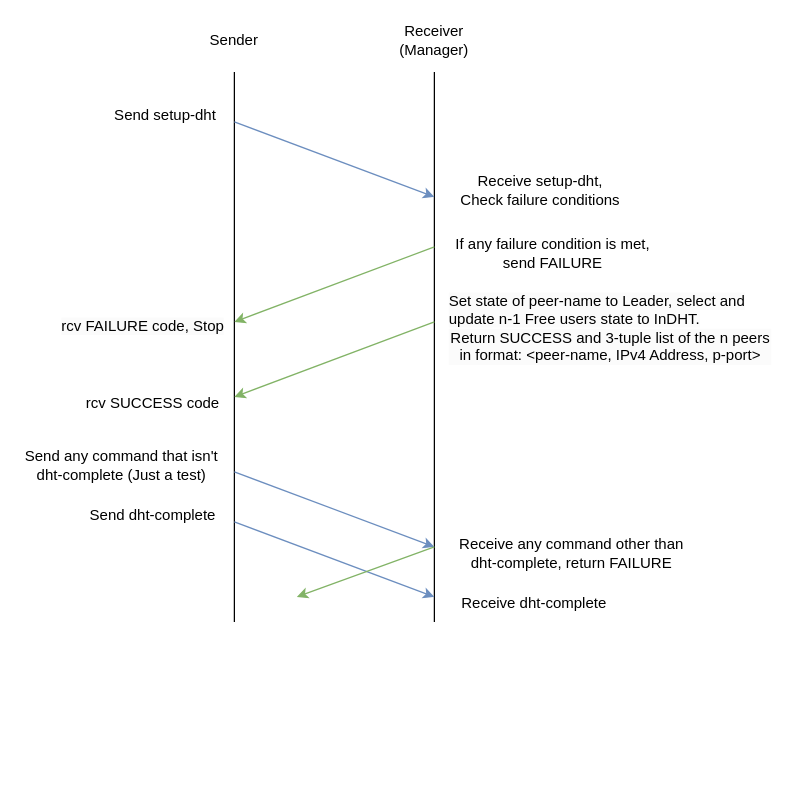
TalonRoberts/cse360_helloworld keeps this draw.io diagram as TS2.drawio. Above is the earlier version. Source tidied: cells renumbered, new cells numbered last; positions are measured from the earlier drawing's top-left corner, leaving out a move shared by most shapes. Both pictures are drawn from the tidied source at 125%, with x=0, y=0 at pixel (21, 21).
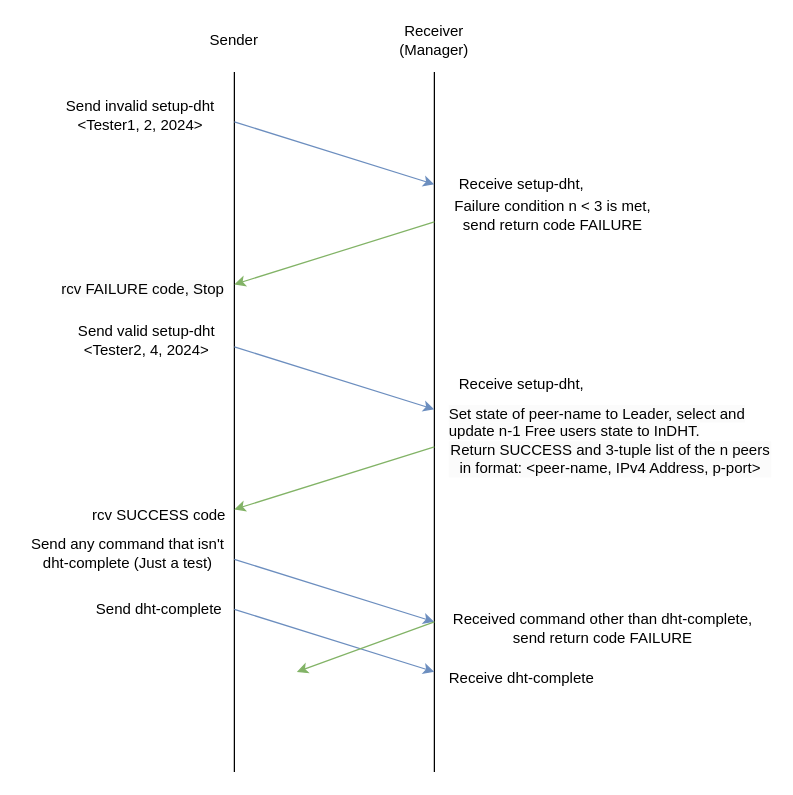
The same page after the edit.

Diff of the diagram source:
```diff
@@
     <mxCell id="2" style="endArrow=none;html=1;rounded=0;" parent="1" edge="1">
       <mxGeometry relative="1" as="geometry">
-        <mxPoint x="170" y="480" as="sourcePoint" />
+        <mxPoint x="170" y="600" as="sourcePoint" />
         <mxPoint x="170" y="40" as="targetPoint" />
       </mxGeometry>
     </mxCell>
     <mxCell id="3" style="endArrow=none;html=1;rounded=0;" parent="1" edge="1">
       <mxGeometry relative="1" as="geometry">
-        <mxPoint x="330" y="480" as="sourcePoint" />
+        <mxPoint x="330" y="600" as="sourcePoint" />
         <mxPoint x="330" y="40" as="targetPoint" />
       </mxGeometry>
     </mxCell>
     <mxCell id="4" style="endArrow=classic;html=1;rounded=0;fillColor=#dae8fc;strokeColor=#6c8ebf;" parent="1" edge="1">
       <mxGeometry relative="1" as="geometry">
         <mxPoint x="170" y="80" as="sourcePoint" />
-        <mxPoint x="330" y="140" as="targetPoint" />
+        <mxPoint x="330" y="130" as="targetPoint" />
       </mxGeometry>
     </mxCell>
@@
-    <mxCell id="7" value="Send setup-dht" style="text;strokeColor=none;align=center;fillColor=none;html=1;verticalAlign=middle;whiteSpace=wrap;rounded=0;" parent="1" vertex="1">
-      <mxGeometry x="70" y="60" width="90" height="30" as="geometry" />
+    <mxCell id="7" value="Send invalid setup-dht&lt;div&gt;&amp;lt;Tester1, 2, 2024&amp;gt;&lt;/div&gt;" style="text;strokeColor=none;align=center;fillColor=none;html=1;verticalAlign=middle;whiteSpace=wrap;rounded=0;" parent="1" vertex="1">
+      <mxGeometry x="30" y="60" width="130" height="30" as="geometry" />
     </mxCell>
-    <mxCell id="8" value="Receive setup-dht,&lt;div&gt;Check failure conditions&lt;/div&gt;" style="text;strokeColor=none;align=center;fillColor=none;html=1;verticalAlign=middle;whiteSpace=wrap;rounded=0;" parent="1" vertex="1">
-      <mxGeometry x="350" y="120" width="130" height="30" as="geometry" />
+    <mxCell id="8" value="Receive setup-dht," style="text;strokeColor=none;align=center;fillColor=none;html=1;verticalAlign=middle;whiteSpace=wrap;rounded=0;" parent="1" vertex="1">
+      <mxGeometry x="340" y="120" width="120" height="20" as="geometry" />
     </mxCell>
-    <mxCell id="9" value="If any failure condition is met,&lt;div&gt;send FAILURE&lt;/div&gt;" style="text;strokeColor=none;align=center;fillColor=none;html=1;verticalAlign=middle;whiteSpace=wrap;rounded=0;" parent="1" vertex="1">
-      <mxGeometry x="340" y="170" width="170" height="30" as="geometry" />
+    <mxCell id="9" value="Failure condition n &amp;lt; 3 is met,&lt;div&gt;send return code FAILURE&lt;/div&gt;" style="text;strokeColor=none;align=center;fillColor=none;html=1;verticalAlign=middle;whiteSpace=wrap;rounded=0;" parent="1" vertex="1">
+      <mxGeometry x="340" y="140" width="170" height="30" as="geometry" />
     </mxCell>
-    <mxCell id="10" style="endArrow=classic;html=1;rounded=0;fillColor=#d5e8d4;strokeColor=#82b366;" parent="1" edge="1">
+    <mxCell id="10" style="endArrow=classic;html=1;rounded=0;fillColor=#d5e8d4;strokeColor=#82b366;entryX=1;entryY=0;entryDx=0;entryDy=0;" parent="1" edge="1">
       <mxGeometry relative="1" as="geometry">
-        <mxPoint x="330" y="180" as="sourcePoint" />
-        <mxPoint x="170" y="240" as="targetPoint" />
+        <mxPoint x="330" y="160" as="sourcePoint" />
+        <mxPoint x="170" y="210" as="targetPoint" />
       </mxGeometry>
     </mxCell>
     <mxCell id="11" style="endArrow=classic;html=1;rounded=0;fillColor=#d5e8d4;strokeColor=#82b366;" parent="1" edge="1">
       <mxGeometry relative="1" as="geometry">
-        <mxPoint x="330" y="240" as="sourcePoint" />
-        <mxPoint x="170" y="300" as="targetPoint" />
+        <mxPoint x="330" y="340" as="sourcePoint" />
+        <mxPoint x="170" y="390" as="targetPoint" />
       </mxGeometry>
     </mxCell>
     <mxCell id="12" value="rcv SUCCESS code" style="text;strokeColor=none;align=center;fillColor=none;html=1;verticalAlign=middle;whiteSpace=wrap;rounded=0;" parent="1" vertex="1">
-      <mxGeometry x="50" y="290" width="110" height="30" as="geometry" />
+      <mxGeometry x="55" y="380" width="110" height="30" as="geometry" />
     </mxCell>
     <mxCell id="13" value="&lt;span style=&quot;color: rgb(0, 0, 0); font-family: Helvetica; font-size: 12px; font-style: normal; font-variant-ligatures: normal; font-variant-caps: normal; font-weight: 400; letter-spacing: normal; orphans: 2; text-align: center; text-indent: 0px; text-transform: none; widows: 2; word-spacing: 0px; -webkit-text-stroke-width: 0px; white-space: normal; background-color: rgb(251, 251, 251); text-decoration-thickness: initial; text-decoration-style: initial; text-decoration-color: initial; float: none; display: inline !important;&quot;&gt;rcv FAILURE code, Stop&lt;/span&gt;" style="text;whiteSpace=wrap;html=1;" parent="1" vertex="1">
-      <mxGeometry x="30" y="230" width="140" height="40" as="geometry" />
+      <mxGeometry x="30" y="200" width="140" height="40" as="geometry" />
     </mxCell>
     <mxCell id="14" value="&lt;span style=&quot;color: rgb(0, 0, 0); font-family: Helvetica; font-size: 12px; font-style: normal; font-variant-ligatures: normal; font-variant-caps: normal; font-weight: 400; letter-spacing: normal; orphans: 2; text-align: center; text-indent: 0px; text-transform: none; widows: 2; word-spacing: 0px; -webkit-text-stroke-width: 0px; white-space: normal; background-color: rgb(251, 251, 251); text-decoration-thickness: initial; text-decoration-style: initial; text-decoration-color: initial; float: none; display: inline !important;&quot;&gt;Set state of peer-name to Leader, select and update n-1 Free users state to InDHT.&lt;/span&gt;&lt;div style=&quot;--tw-border-spacing-x: 0; --tw-border-spacing-y: 0; --tw-translate-x: 0; --tw-translate-y: 0; --tw-rotate: 0; --tw-skew-x: 0; --tw-skew-y: 0; --tw-scale-x: 1; --tw-scale-y: 1; --tw-pan-x: ; --tw-pan-y: ; --tw-pinch-zoom: ; --tw-scroll-snap-strictness: proximity; --tw-gradient-from-position: ; --tw-gradient-via-position: ; --tw-gradient-to-position: ; --tw-ordinal: ; --tw-slashed-zero: ; --tw-numeric-figure: ; --tw-numeric-spacing: ; --tw-numeric-fraction: ; --tw-ring-inset: ; --tw-ring-offset-width: 0px; --tw-ring-offset-color: light-dark(#fff, #000000); --tw-ring-color: rgb(59 130 246 / .5); --tw-ring-offset-shadow: 0 0 #0000; --tw-ring-shadow: 0 0 #0000; --tw-shadow: 0 0 #0000; --tw-shadow-colored: 0 0 #0000; --tw-blur: ; --tw-brightness: ; --tw-contrast: ; --tw-grayscale: ; --tw-hue-rotate: ; --tw-invert: ; --tw-saturate: ; --tw-sepia: ; --tw-drop-shadow: ; --tw-backdrop-blur: ; --tw-backdrop-brightness: ; --tw-backdrop-contrast: ; --tw-backdrop-grayscale: ; --tw-backdrop-hue-rotate: ; --tw-backdrop-invert: ; --tw-backdrop-opacity: ; --tw-backdrop-saturate: ; --tw-backdrop-sepia: ; forced-color-adjust: none; color: rgb(0, 0, 0); font-family: Helvetica; font-size: 12px; font-style: normal; font-variant-ligatures: normal; font-variant-caps: normal; font-weight: 400; letter-spacing: normal; orphans: 2; text-align: center; text-indent: 0px; text-transform: none; widows: 2; word-spacing: 0px; -webkit-text-stroke-width: 0px; white-space: normal; background-color: rgb(251, 251, 251); text-decoration-thickness: initial; text-decoration-style: initial; text-decoration-color: initial;&quot;&gt;Return SUCCESS and 3-tuple list of the n peers in format: &amp;lt;peer-name, IPv4 Address, p-port&amp;gt;&lt;/div&gt;" style="text;whiteSpace=wrap;html=1;" parent="1" vertex="1">
-      <mxGeometry x="340" y="210" width="260" height="110" as="geometry" />
+      <mxGeometry x="340" y="300" width="260" height="110" as="geometry" />
     </mxCell>
     <mxCell id="15" value="Send dht-complete" style="text;strokeColor=none;align=center;fillColor=none;html=1;verticalAlign=middle;whiteSpace=wrap;rounded=0;" parent="1" vertex="1">
-      <mxGeometry x="50" y="380" width="110" height="30" as="geometry" />
+      <mxGeometry x="55" y="455" width="110" height="30" as="geometry" />
     </mxCell>
     <mxCell id="16" style="endArrow=classic;html=1;rounded=0;fillColor=#dae8fc;strokeColor=#6c8ebf;" parent="1" edge="1">
       <mxGeometry relative="1" as="geometry">
-        <mxPoint x="170" y="360" as="sourcePoint" />
-        <mxPoint x="330" y="420" as="targetPoint" />
+        <mxPoint x="170" y="430" as="sourcePoint" />
+        <mxPoint x="330" y="480" as="targetPoint" />
       </mxGeometry>
     </mxCell>
     <mxCell id="17" value="Send any command that isn't dht-complete (Just a test)" style="text;strokeColor=none;align=center;fillColor=none;html=1;verticalAlign=middle;whiteSpace=wrap;rounded=0;" parent="1" vertex="1">
-      <mxGeometry y="340" width="160" height="30" as="geometry" />
+      <mxGeometry x="5" y="410" width="160" height="30" as="geometry" />
     </mxCell>
     <mxCell id="18" style="endArrow=classic;html=1;rounded=0;fillColor=#dae8fc;strokeColor=#6c8ebf;" parent="1" edge="1">
       <mxGeometry relative="1" as="geometry">
-        <mxPoint x="170" y="400" as="sourcePoint" />
-        <mxPoint x="330" y="460" as="targetPoint" />
+        <mxPoint x="170" y="470" as="sourcePoint" />
+        <mxPoint x="330" y="520" as="targetPoint" />
       </mxGeometry>
     </mxCell>
-    <mxCell id="19" value="Receive any command other than dht-complete, return FAILURE" style="text;strokeColor=none;align=center;fillColor=none;html=1;verticalAlign=middle;whiteSpace=wrap;rounded=0;" parent="1" vertex="1">
-      <mxGeometry x="340" y="410" width="200" height="30" as="geometry" />
+    <mxCell id="19" value="Received command other than dht-complete, send return code FAILURE" style="text;strokeColor=none;align=center;fillColor=none;html=1;verticalAlign=middle;whiteSpace=wrap;rounded=0;" parent="1" vertex="1">
+      <mxGeometry x="340" y="470" width="250" height="30" as="geometry" />
     </mxCell>
     <mxCell id="20" value="Receive dht-complete" style="text;strokeColor=none;align=center;fillColor=none;html=1;verticalAlign=middle;whiteSpace=wrap;rounded=0;" parent="1" vertex="1">
-      <mxGeometry x="350" y="450" width="120" height="30" as="geometry" />
+      <mxGeometry x="340" y="510" width="120" height="30" as="geometry" />
     </mxCell>
     <mxCell id="21" style="endArrow=classic;html=1;rounded=0;fillColor=#d5e8d4;strokeColor=#82b366;" parent="1" edge="1">
       <mxGeometry relative="1" as="geometry">
-        <mxPoint x="330" y="420" as="sourcePoint" />
-        <mxPoint x="220" y="460" as="targetPoint" />
+        <mxPoint x="330" y="480" as="sourcePoint" />
+        <mxPoint x="220" y="520" as="targetPoint" />
       </mxGeometry>
     </mxCell>
+    <mxCell id="22" value="Send valid setup-dht&lt;div&gt;&amp;lt;Tester2, 4, 2024&amp;gt;&lt;/div&gt;" style="text;strokeColor=none;align=center;fillColor=none;html=1;verticalAlign=middle;whiteSpace=wrap;rounded=0;" parent="1" vertex="1">
+      <mxGeometry x="35" y="240" width="130" height="30" as="geometry" />
+    </mxCell>
+    <mxCell id="23" style="endArrow=classic;html=1;rounded=0;fillColor=#dae8fc;strokeColor=#6c8ebf;" parent="1" edge="1">
+      <mxGeometry relative="1" as="geometry">
+        <mxPoint x="170" y="260" as="sourcePoint" />
+        <mxPoint x="330" y="310" as="targetPoint" />
+      </mxGeometry>
+    </mxCell>
+    <mxCell id="24" value="Receive setup-dht," style="text;strokeColor=none;align=center;fillColor=none;html=1;verticalAlign=middle;whiteSpace=wrap;rounded=0;" parent="1" vertex="1">
+      <mxGeometry x="340" y="280" width="120" height="20" as="geometry" />
+    </mxCell>
```
